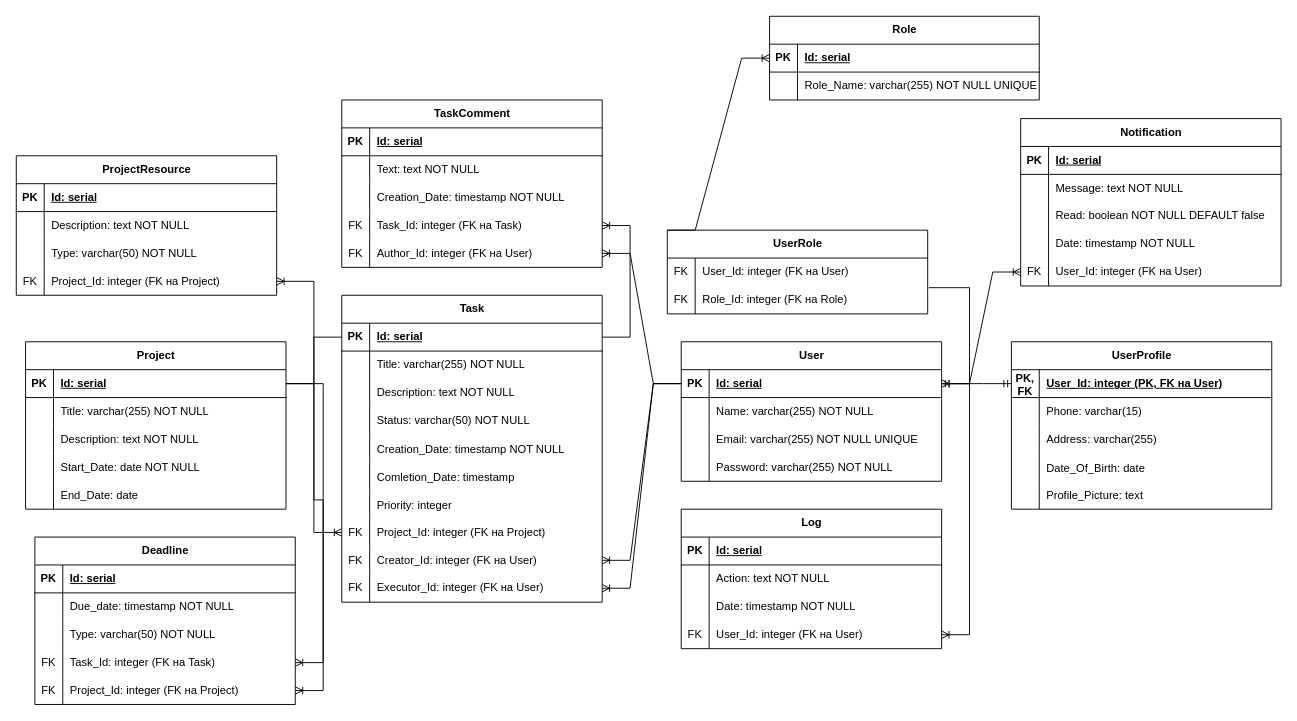
Before: MDSYBD/Схема БД.drawio in JankLumin/BSUIR-Labs, a draw.io diagram. Source tidied: cells renumbered, new cells numbered last; positions are measured from the earlier drawing's top-left corner, leaving out a move shared by most shapes. Both pictures are drawn from the tidied source at 93%, with x=0, y=0 at pixel (16, -3).
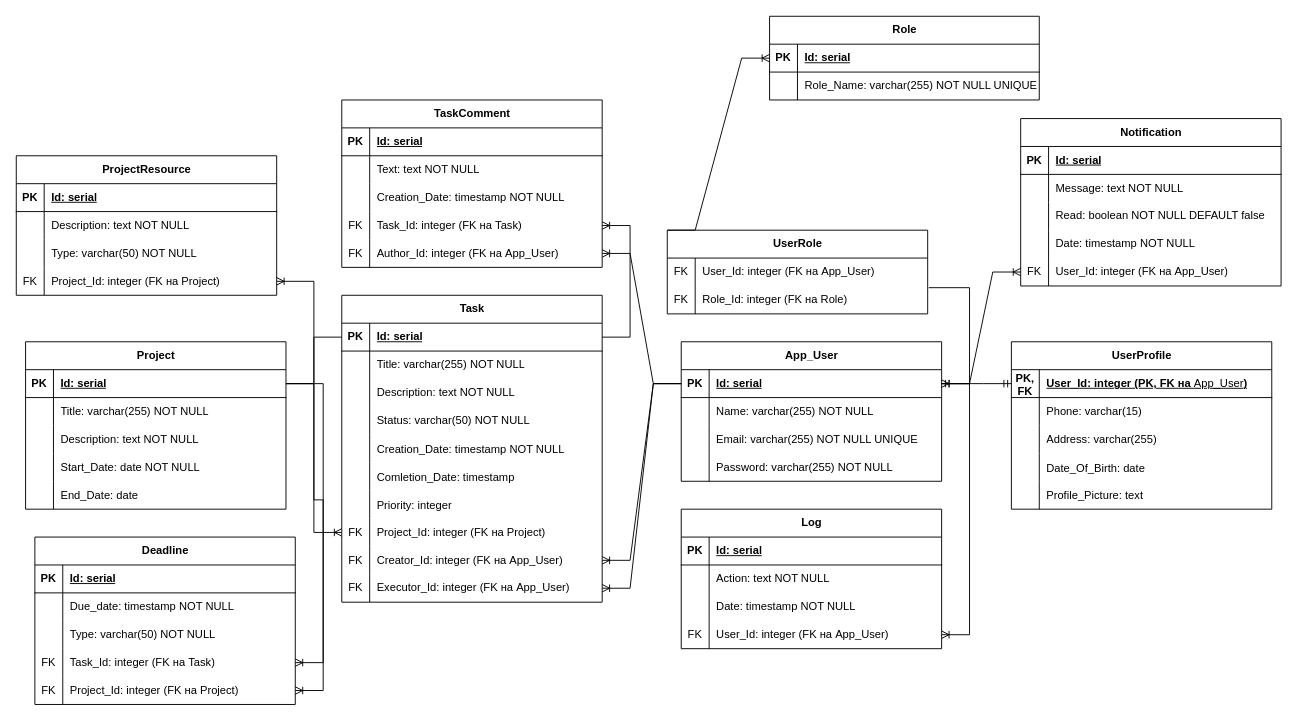
After the change.

Unchanged cells that the change refers to:
```xml
<mxCell id="47" style="shape=tableRow;horizontal=0;startSize=0;swimlaneHead=0;swimlaneBody=0;fillColor=none;points=[[0,0.5],[1,0.5]];portConstraint=eastwest;top=0;left=0;right=0;bottom=0;" parent="22" vertex="1">
  <mxGeometry y="270" width="280" height="30" as="geometry" />
</mxCell>
<mxCell id="50" style="shape=tableRow;horizontal=0;startSize=0;swimlaneHead=0;swimlaneBody=0;fillColor=none;points=[[0,0.5],[1,0.5]];portConstraint=eastwest;top=0;left=0;right=0;bottom=0;" parent="22" vertex="1">
  <mxGeometry y="300" width="280" height="30" as="geometry" />
</mxCell>
<mxCell id="82" style="shape=tableRow;horizontal=0;startSize=0;swimlaneHead=0;swimlaneBody=0;fillColor=none;points=[[0,0.5],[1,0.5]];portConstraint=eastwest;top=0;left=0;right=0;bottom=0;" parent="69" vertex="1">
  <mxGeometry y="150" width="280" height="30" as="geometry" />
</mxCell>
<mxCell id="108" style="shape=tableRow;horizontal=0;startSize=0;swimlaneHead=0;swimlaneBody=0;fillColor=none;points=[[0,0.5],[1,0.5]];portConstraint=eastwest;top=0;left=0;right=0;bottom=0;" parent="98" vertex="1">
  <mxGeometry y="120" width="280" height="30" as="geometry" />
</mxCell>
<mxCell id="124" style="shape=tableRow;horizontal=0;startSize=0;swimlaneHead=0;swimlaneBody=0;fillColor=none;points=[[0,0.5],[1,0.5]];portConstraint=eastwest;top=0;left=0;right=0;bottom=0;" parent="111" vertex="1">
  <mxGeometry y="150" width="280" height="30" as="geometry" />
</mxCell>
<mxCell id="128" style="shape=tableRow;horizontal=0;startSize=0;swimlaneHead=0;swimlaneBody=0;fillColor=none;points=[[0,0.5],[1,0.5]];portConstraint=eastwest;top=0;left=0;right=0;bottom=1;" parent="127" vertex="1">
  <mxGeometry y="30" width="280" height="30" as="geometry" />
</mxCell>
<mxCell id="144" style="shape=tableRow;horizontal=0;startSize=0;swimlaneHead=0;swimlaneBody=0;fillColor=none;points=[[0,0.5],[1,0.5]];portConstraint=eastwest;top=0;left=0;right=0;bottom=0;" parent="143" vertex="1">
  <mxGeometry y="30" width="280" height="30" as="geometry" />
</mxCell>
```

Diff of the diagram source:
```diff
@@
-    <mxCell id="2" value="User" style="shape=table;startSize=30;childLayout=tableLayout;rowLines=0;fontStyle=1;align=center;html=1;" parent="1" vertex="1">
+    <mxCell id="2" value="App_User" style="shape=table;startSize=30;childLayout=tableLayout;rowLines=0;fontStyle=1;align=center;html=1;" parent="1" vertex="1">
       <mxGeometry x="715" y="370" width="280" height="150" as="geometry" />
     </mxCell>
@@
-    <mxCell id="49" value="Creator_Id: integer (FK на User)" style="shape=partialRectangle;fillColor=none;top=0;left=0;bottom=0;right=0;align=left;spacingLeft=6;fontStyle=0;overflow=hidden;whiteSpace=wrap;html=1;" parent="47" vertex="1">
+    <mxCell id="49" value="Creator_Id: integer (FK на App_User)" style="shape=partialRectangle;fillColor=none;top=0;left=0;bottom=0;right=0;align=left;spacingLeft=6;fontStyle=0;overflow=hidden;whiteSpace=wrap;html=1;" parent="47" vertex="1">
       <mxGeometry x="30" width="250" height="30" as="geometry" />
     </mxCell>
@@
-    <mxCell id="52" value="Executor_Id: integer (FK на User)" style="shape=partialRectangle;fillColor=none;top=0;left=0;bottom=0;right=0;align=left;spacingLeft=6;fontStyle=0;overflow=hidden;whiteSpace=wrap;html=1;" parent="50" vertex="1">
+    <mxCell id="52" value="Executor_Id: integer (FK на App_User)" style="shape=partialRectangle;fillColor=none;top=0;left=0;bottom=0;right=0;align=left;spacingLeft=6;fontStyle=0;overflow=hidden;whiteSpace=wrap;html=1;" parent="50" vertex="1">
       <mxGeometry x="30" width="250" height="30" as="geometry" />
     </mxCell>
@@
-    <mxCell id="84" value="Author_Id: integer (FK на User)" style="shape=partialRectangle;fillColor=none;top=0;left=0;bottom=0;right=0;align=left;spacingLeft=6;fontStyle=0;overflow=hidden;whiteSpace=wrap;html=1;" parent="82" vertex="1">
+    <mxCell id="84" value="Author_Id: integer (FK на App_User)" style="shape=partialRectangle;fillColor=none;top=0;left=0;bottom=0;right=0;align=left;spacingLeft=6;fontStyle=0;overflow=hidden;whiteSpace=wrap;html=1;" parent="82" vertex="1">
       <mxGeometry x="30" width="250" height="30" as="geometry" />
     </mxCell>
@@
-    <mxCell id="110" value="User_Id: integer (FK на User)" style="shape=partialRectangle;fillColor=none;top=0;left=0;bottom=0;right=0;align=left;spacingLeft=6;fontStyle=0;overflow=hidden;whiteSpace=wrap;html=1;" parent="108" vertex="1">
+    <mxCell id="110" value="User_Id: integer (FK на App_User)" style="shape=partialRectangle;fillColor=none;top=0;left=0;bottom=0;right=0;align=left;spacingLeft=6;fontStyle=0;overflow=hidden;whiteSpace=wrap;html=1;" parent="108" vertex="1">
       <mxGeometry x="30" width="250" height="30" as="geometry" />
     </mxCell>
@@
-    <mxCell id="126" value="User_Id: integer (FK на User)" style="shape=partialRectangle;fillColor=none;top=0;left=0;bottom=0;right=0;align=left;spacingLeft=6;fontStyle=0;overflow=hidden;whiteSpace=wrap;html=1;" parent="124" vertex="1">
+    <mxCell id="126" value="User_Id: integer (FK на App_User)" style="shape=partialRectangle;fillColor=none;top=0;left=0;bottom=0;right=0;align=left;spacingLeft=6;fontStyle=0;overflow=hidden;whiteSpace=wrap;html=1;" parent="124" vertex="1">
       <mxGeometry x="30" width="250" height="30" as="geometry" />
     </mxCell>
@@
-    <mxCell id="130" value="User_Id: integer (PK, FK на User)" style="shape=partialRectangle;fillColor=none;top=0;left=0;bottom=0;right=0;align=left;spacingLeft=6;fontStyle=5;overflow=hidden;whiteSpace=wrap;html=1;" parent="128" vertex="1">
+    <mxCell id="130" value="User_Id: integer (PK, FK на&amp;nbsp;&lt;span style=&quot;font-weight: 400;&quot;&gt;App_User&lt;/span&gt;)" style="shape=partialRectangle;fillColor=none;top=0;left=0;bottom=0;right=0;align=left;spacingLeft=6;fontStyle=5;overflow=hidden;whiteSpace=wrap;html=1;" parent="128" vertex="1">
       <mxGeometry x="30" width="250" height="30" as="geometry" />
     </mxCell>
@@
-    <mxCell id="146" value="User_Id: integer (FK на User)" style="shape=partialRectangle;fillColor=none;top=0;left=0;bottom=0;right=0;align=left;spacingLeft=6;fontStyle=0;overflow=hidden;whiteSpace=wrap;html=1;" parent="144" vertex="1">
+    <mxCell id="146" value="User_Id: integer (FK на App_User)" style="shape=partialRectangle;fillColor=none;top=0;left=0;bottom=0;right=0;align=left;spacingLeft=6;fontStyle=0;overflow=hidden;whiteSpace=wrap;html=1;" parent="144" vertex="1">
       <mxGeometry x="30" width="250" height="30" as="geometry" />
     </mxCell>
```
